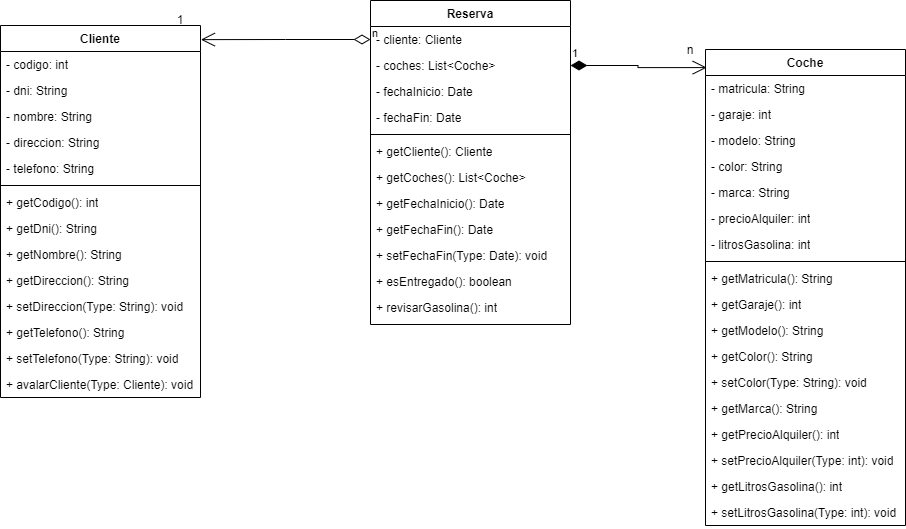
Before: unidad-4/Class-Diagram-Maxi/automoviles-maxi.png, a diagram exported from draw.io (mackstm/ets). Source tidied: cells renumbered, new cells last; positions are measured from the earlier drawing's top-left corner, leaving out a move shared by most shapes.
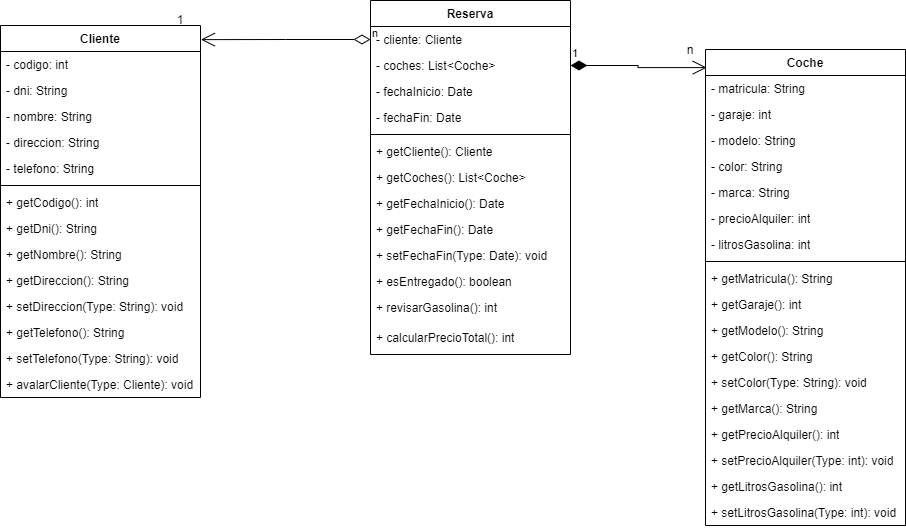
After the change.

Diff of the diagram source:
```diff
@@ -48,7 +48,7 @@
       <mxGeometry y="346" width="200" height="26" as="geometry" />
     </mxCell>
     <mxCell id="17" value="Reserva" style="swimlane;fontStyle=1;align=center;verticalAlign=top;horizontal=1;startSize=26;whiteSpace=wrap;html=1;" parent="1" vertex="1">
-      <mxGeometry x="370" width="200" height="324" as="geometry" />
+      <mxGeometry x="370" width="200" height="354" as="geometry" />
     </mxCell>
     <mxCell id="18" value="- cliente: Cliente" style="text;strokeColor=none;fillColor=none;align=left;verticalAlign=top;spacingLeft=4;spacingRight=4;overflow=hidden;points=[[0,0.5],[1,0.5]];portConstraint=eastwest;whiteSpace=wrap;html=1;" parent="17" vertex="1">
       <mxGeometry y="26" width="200" height="26" as="geometry" />
@@ -86,6 +86,9 @@
     <mxCell id="29" value="+ revisarGasolina(): int" style="text;strokeColor=none;fillColor=none;align=left;verticalAlign=top;spacingLeft=4;spacingRight=4;overflow=hidden;whiteSpace=wrap;html=1;" parent="17" vertex="1">
       <mxGeometry y="294" width="200" height="30" as="geometry" />
     </mxCell>
+    <mxCell id="53" value="+ calcularPrecioTotal(): int" style="text;strokeColor=none;fillColor=none;align=left;verticalAlign=top;spacingLeft=4;spacingRight=4;overflow=hidden;whiteSpace=wrap;html=1;" parent="17" vertex="1">
+      <mxGeometry y="324" width="200" height="30" as="geometry" />
+    </mxCell>
     <mxCell id="30" value="Coche" style="swimlane;fontStyle=1;align=center;verticalAlign=top;horizontal=1;startSize=26;whiteSpace=wrap;html=1;" parent="1" vertex="1">
       <mxGeometry x="705" y="49" width="200" height="476" as="geometry" />
     </mxCell>
```
